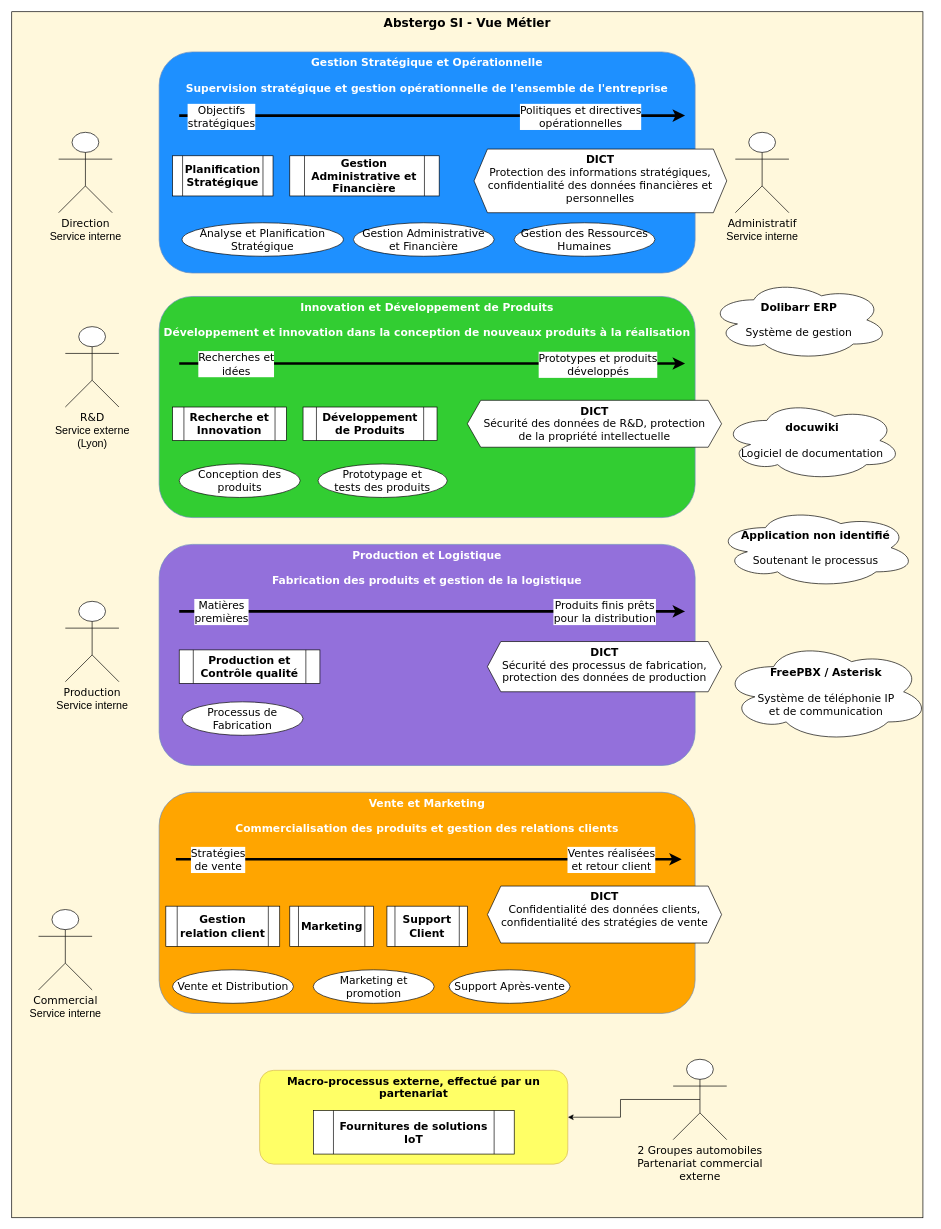
Above: Vue_Métier_v2.drawio in CharifMah/AbstergoAnimus (draw.io), before the change. Source tidied: cells renumbered, new cells numbered last; positions are measured from the earlier drawing's top-left corner, leaving out a move shared by most shapes. Both pictures are drawn from the tidied source at 67%, with x=0, y=0 at pixel (11, 11).
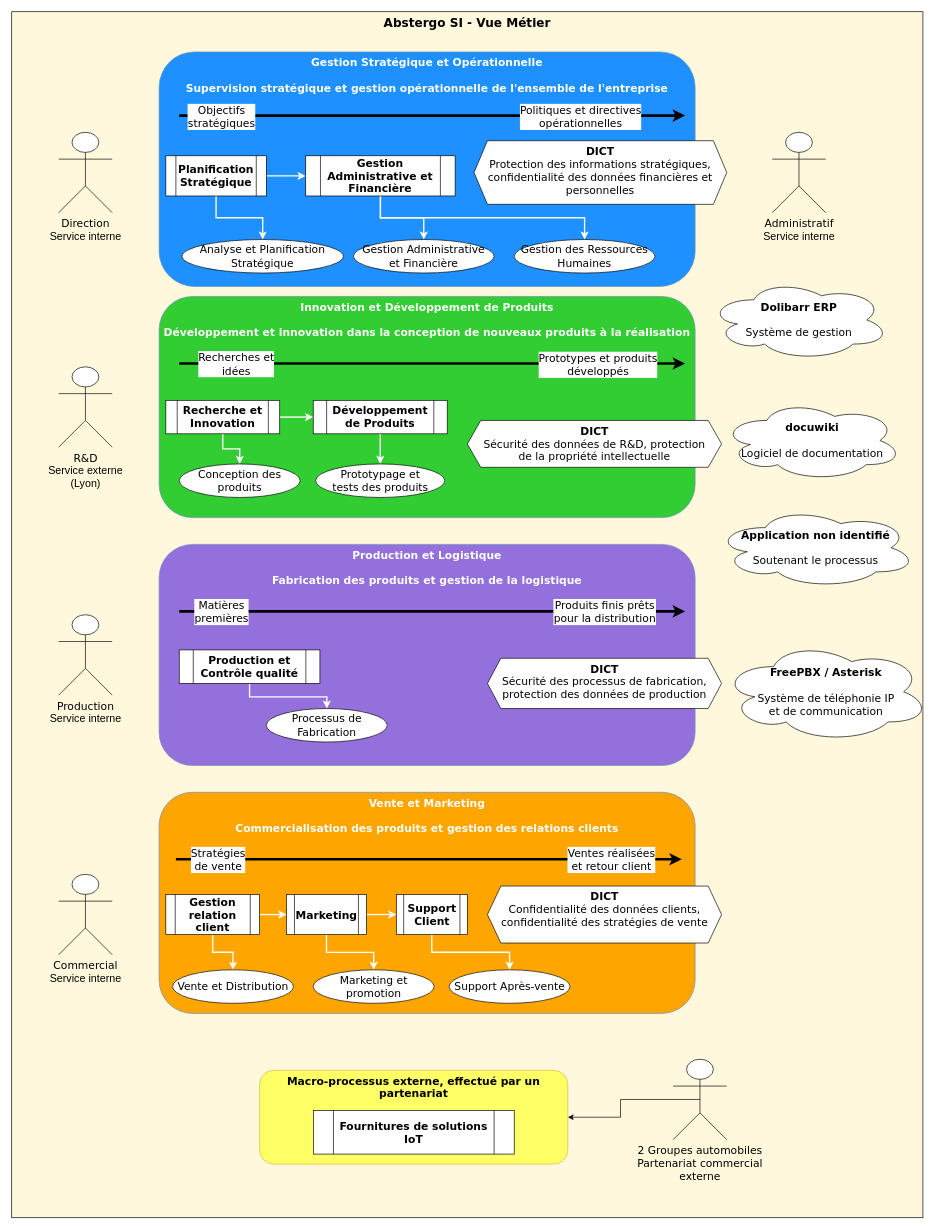
The same page after the edit.

Commit message (it also covers changes not shown here):
Mettre à jour Vue_Métier_v2.drawio

The change refers to these unchanged cells:
```xml
<mxCell id="11" value="&lt;font style=&quot;font-size: 16px;&quot;&gt;&lt;b style=&quot;font-size: 16px;&quot;&gt;Production et Contrôle qualité&lt;/b&gt;&lt;/font&gt;" style="shape=process;whiteSpace=wrap;html=1;fontFamily=Verdana;fontSize=16;" parent="1" vertex="1">
  <mxGeometry x="250" y="952.5" width="210" height="50" as="geometry" />
</mxCell>
<mxCell id="17" value="&lt;font style=&quot;font-size: 16px;&quot;&gt;&lt;span style=&quot;font-size: 16px;&quot;&gt;Conception des produits&lt;/span&gt;&lt;/font&gt;" style="ellipse;whiteSpace=wrap;html=1;fontFamily=Verdana;fontSize=16;" parent="1" vertex="1">
  <mxGeometry x="250" y="675" width="180.5" height="50" as="geometry" />
</mxCell>
<mxCell id="43" value="Vente et Distribution" style="ellipse;whiteSpace=wrap;html=1;fontFamily=Verdana;fontSize=16;" parent="1" vertex="1">
  <mxGeometry x="240" y="1430" width="180.5" height="50" as="geometry" />
</mxCell>
<mxCell id="44" value="Marketing et promotion" style="ellipse;whiteSpace=wrap;html=1;fontFamily=Verdana;fontSize=16;" parent="1" vertex="1">
  <mxGeometry x="450" y="1430" width="180.5" height="50" as="geometry" />
</mxCell>
<mxCell id="45" value="Support Après-vente" style="ellipse;whiteSpace=wrap;html=1;fontFamily=Verdana;fontSize=16;" parent="1" vertex="1">
  <mxGeometry x="652.8" y="1430" width="180.5" height="50" as="geometry" />
</mxCell>
```

The edit, as a diff of the source:
```diff
@@
     <mxCell id="3" value="&lt;font style=&quot;font-size: 16px;&quot;&gt;Gestion Stratégique et Opérationnelle&lt;br style=&quot;font-size: 16px;&quot;&gt;&lt;br style=&quot;font-size: 16px;&quot;&gt;&lt;/font&gt;&lt;font style=&quot;font-size: 16px;&quot;&gt;Supervision stratégique et gestion opérationnelle de l'ensemble de l'entreprise&lt;font style=&quot;font-size: 16px;&quot;&gt;&lt;font style=&quot;font-size: 16px;&quot;&gt;&lt;br style=&quot;font-size: 16px;&quot;&gt;&lt;/font&gt;&lt;/font&gt;&lt;/font&gt;" style="rounded=1;whiteSpace=wrap;html=1;fillColor=#1E90FF;strokeColor=#6c8ebf;fontStyle=1;fontColor=#FFFFFF;verticalAlign=top;fontFamily=Verdana;fontSize=16;" parent="1" vertex="1">
-      <mxGeometry x="220" y="60" width="800" height="330" as="geometry" />
+      <mxGeometry x="220" y="60" width="800" height="350" as="geometry" />
     </mxCell>
@@
+    <mxCell id="53" style="edgeStyle=orthogonalEdgeStyle;rounded=0;jettySize=auto;html=1;exitX=1;exitY=0.5;exitDx=0;exitDy=0;entryX=0;entryY=0.5;entryDx=0;entryDy=0;strokeWidth=2;strokeColor=#FFFFFF;" parent="1" edge="1" source="7" target="8">
+      <mxGeometry relative="1" as="geometry" />
+    </mxCell>
+    <mxCell id="54" style="edgeStyle=orthogonalEdgeStyle;rounded=0;jettySize=auto;html=1;exitX=0.5;exitY=1;exitDx=0;exitDy=0;entryX=0.5;entryY=0;entryDx=0;entryDy=0;strokeWidth=2;strokeColor=#FFFFFF;" parent="1" edge="1" source="7" target="14">
+      <mxGeometry relative="1" as="geometry" />
+    </mxCell>
     <mxCell id="7" value="Planification Stratégique" style="shape=process;whiteSpace=wrap;html=1;fontStyle=1;fontSize=16;fontFamily=Verdana;" parent="1" vertex="1">
-      <mxGeometry x="240" y="215" width="150" height="60" as="geometry" />
+      <mxGeometry x="230" y="215" width="150" height="60" as="geometry" />
     </mxCell>
+    <mxCell id="55" style="edgeStyle=orthogonalEdgeStyle;rounded=0;jettySize=auto;html=1;exitX=0.5;exitY=1;exitDx=0;exitDy=0;entryX=0.5;entryY=0;entryDx=0;entryDy=0;strokeWidth=2;strokeColor=#FFFFFF;" parent="1" edge="1" source="8" target="15">
+      <mxGeometry relative="1" as="geometry" />
+    </mxCell>
+    <mxCell id="56" style="edgeStyle=orthogonalEdgeStyle;rounded=0;jettySize=auto;html=1;exitX=0.5;exitY=1;exitDx=0;exitDy=0;entryX=0.5;entryY=0;entryDx=0;entryDy=0;strokeWidth=2;strokeColor=#FFFFFF;" parent="1" edge="1" source="8" target="16">
+      <mxGeometry relative="1" as="geometry" />
+    </mxCell>
     <mxCell id="8" value="Gestion Administrative et Financière" style="shape=process;whiteSpace=wrap;html=1;fontSize=16;fontStyle=1;fontFamily=Verdana;" parent="1" vertex="1">
-      <mxGeometry x="415" y="215" width="223" height="60" as="geometry" />
+      <mxGeometry x="438.8" y="215" width="223" height="60" as="geometry" />
     </mxCell>
+    <mxCell id="57" style="edgeStyle=orthogonalEdgeStyle;rounded=0;jettySize=auto;html=1;exitX=1;exitY=0.5;exitDx=0;exitDy=0;entryX=0;entryY=0.5;entryDx=0;entryDy=0;strokeWidth=2;strokeColor=#FFFFFF;" parent="1" edge="1" source="9" target="10">
+      <mxGeometry relative="1" as="geometry" />
+    </mxCell>
+    <mxCell id="58" style="edgeStyle=orthogonalEdgeStyle;rounded=0;jettySize=auto;html=1;entryX=0.5;entryY=0;entryDx=0;entryDy=0;strokeWidth=2;strokeColor=#FFFFFF;" parent="1" edge="1" source="9" target="17">
+      <mxGeometry relative="1" as="geometry" />
+    </mxCell>
     <mxCell id="9" value="Recherche et Innovation" style="shape=process;whiteSpace=wrap;html=1;fontSize=16;fontStyle=1;fontFamily=Verdana;" parent="1" vertex="1">
-      <mxGeometry x="240" y="590" width="170" height="50" as="geometry" />
+      <mxGeometry x="230" y="580" width="170" height="50" as="geometry" />
     </mxCell>
+    <mxCell id="59" style="edgeStyle=orthogonalEdgeStyle;rounded=0;jettySize=auto;html=1;exitX=0.5;exitY=1;exitDx=0;exitDy=0;entryX=0.5;entryY=0;entryDx=0;entryDy=0;strokeWidth=2;strokeColor=#FFFFFF;" parent="1" edge="1" source="10" target="18">
+      <mxGeometry relative="1" as="geometry" />
+    </mxCell>
     <mxCell id="10" value="Développement de Produits" style="shape=process;whiteSpace=wrap;html=1;fontSize=16;fontStyle=1;fontFamily=Verdana;" parent="1" vertex="1">
-      <mxGeometry x="434.8" y="590" width="200" height="50" as="geometry" />
+      <mxGeometry x="450" y="580" width="200" height="50" as="geometry" />
     </mxCell>
+    <mxCell id="60" style="edgeStyle=orthogonalEdgeStyle;rounded=0;jettySize=auto;html=1;exitX=0.5;exitY=1;exitDx=0;exitDy=0;entryX=0.5;entryY=0;entryDx=0;entryDy=0;strokeWidth=2;strokeColor=#FFFFFF;" parent="1" edge="1" source="11" target="19">
+      <mxGeometry relative="1" as="geometry" />
+    </mxCell>
@@
+    <mxCell id="61" style="edgeStyle=orthogonalEdgeStyle;rounded=0;jettySize=auto;html=1;entryX=0.5;entryY=0;entryDx=0;entryDy=0;strokeWidth=2;strokeColor=#FFFFFF;" parent="1" edge="1" source="12" target="45">
+      <mxGeometry relative="1" as="geometry" />
+    </mxCell>
     <mxCell id="12" value="&lt;b&gt;Support Client&lt;/b&gt;" style="shape=process;whiteSpace=wrap;html=1;fontFamily=Verdana;fontSize=16;" parent="1" vertex="1">
-      <mxGeometry x="560" y="1335" width="120" height="60" as="geometry" />
+      <mxGeometry x="574" y="1317.5" width="106" height="60" as="geometry" />
     </mxCell>
+    <mxCell id="62" style="edgeStyle=orthogonalEdgeStyle;rounded=0;jettySize=auto;html=1;exitX=1;exitY=0.5;exitDx=0;exitDy=0;entryX=0;entryY=0.5;entryDx=0;entryDy=0;strokeWidth=2;strokeColor=#FFFFFF;" parent="1" edge="1" source="13" target="12">
+      <mxGeometry relative="1" as="geometry" />
+    </mxCell>
+    <mxCell id="63" style="edgeStyle=orthogonalEdgeStyle;rounded=0;jettySize=auto;html=1;entryX=0.5;entryY=0;entryDx=0;entryDy=0;strokeColor=#FFFFFF;strokeWidth=2;" parent="1" edge="1" source="13" target="44">
+      <mxGeometry relative="1" as="geometry">
+        <Array as="points">
+          <mxPoint x="470" y="1404" />
+          <mxPoint x="540" y="1404" />
+        </Array>
+      </mxGeometry>
+    </mxCell>
     <mxCell id="13" value="&lt;b&gt;Marketing&lt;/b&gt;" style="shape=process;whiteSpace=wrap;html=1;fontFamily=Verdana;fontSize=16;" parent="1" vertex="1">
-      <mxGeometry x="415" y="1335" width="125" height="60" as="geometry" />
+      <mxGeometry x="410" y="1317.5" width="119.5" height="60" as="geometry" />
     </mxCell>
     <mxCell id="14" value="Analyse et Planification &#10;Stratégique" style="ellipse;fontSize=16;fontFamily=Verdana;whiteSpace=wrap;" parent="1" vertex="1">
-      <mxGeometry x="254.2" y="315" width="240.8" height="50" as="geometry" />
+      <mxGeometry x="254.2" y="340" width="240.8" height="50" as="geometry" />
     </mxCell>
     <mxCell id="15" value="Gestion Administrative &#10;et Financière" style="ellipse;fontSize=16;whiteSpace=wrap;fontFamily=Verdana;" parent="1" vertex="1">
-      <mxGeometry x="510" y="315" width="210" height="50" as="geometry" />
+      <mxGeometry x="510" y="340" width="210" height="50" as="geometry" />
     </mxCell>
     <mxCell id="16" value="Gestion des Ressources Humaines" style="ellipse;fontSize=16;whiteSpace=wrap;fontFamily=Verdana;" parent="1" vertex="1">
-      <mxGeometry x="750" y="315" width="210" height="50" as="geometry" />
+      <mxGeometry x="750" y="340" width="210" height="50" as="geometry" />
     </mxCell>
@@
     <mxCell id="18" value="&lt;font style=&quot;font-size: 16px;&quot;&gt;&lt;span style=&quot;font-size: 16px;&quot;&gt;Prototypage et &lt;br&gt;tests des produits&lt;/span&gt;&lt;/font&gt;" style="ellipse;whiteSpace=wrap;html=1;fontFamily=Verdana;fontSize=16;" parent="1" vertex="1">
-      <mxGeometry x="457.2" y="675" width="192.8" height="50" as="geometry" />
+      <mxGeometry x="453.6" y="675" width="192.8" height="50" as="geometry" />
     </mxCell>
     <mxCell id="19" value="&lt;font style=&quot;font-size: 16px;&quot;&gt;&lt;span style=&quot;font-size: 16px;&quot;&gt;Processus de Fabrication&lt;/span&gt;&lt;/font&gt;" style="ellipse;whiteSpace=wrap;html=1;fontFamily=Verdana;fontSize=16;" parent="1" vertex="1">
-      <mxGeometry x="254.2" y="1030" width="180.5" height="50" as="geometry" />
+      <mxGeometry x="380" y="1040" width="180.5" height="50" as="geometry" />
     </mxCell>
@@
     <mxCell id="23" value="&lt;font style=&quot;font-size: 16px;&quot;&gt;&lt;b style=&quot;font-size: 16px;&quot;&gt;DICT&lt;br style=&quot;font-size: 16px;&quot;&gt;&lt;/b&gt;Protection des informations stratégiques, confidentialité des données financières et personnelles&lt;br&gt;&lt;/font&gt;" style="shape=hexagon;perimeter=hexagonPerimeter2;whiteSpace=wrap;html=1;fixedSize=1;verticalAlign=top;fontFamily=Verdana;fontSize=16;" parent="1" vertex="1">
-      <mxGeometry x="690" y="205" width="377.2" height="95" as="geometry" />
+      <mxGeometry x="690" y="192.5" width="377.2" height="95" as="geometry" />
     </mxCell>
     <mxCell id="24" value="&lt;font style=&quot;font-size: 16px;&quot;&gt;&lt;b style=&quot;font-size: 16px;&quot;&gt;DICT&lt;br style=&quot;font-size: 16px;&quot;&gt;&lt;/b&gt;Sécurité des données de R&amp;amp;D, protection &lt;br style=&quot;font-size: 16px;&quot;&gt;de la propriété intellectuelle&lt;br style=&quot;font-size: 16px;&quot;&gt;&lt;/font&gt;" style="shape=hexagon;perimeter=hexagonPerimeter2;whiteSpace=wrap;html=1;fixedSize=1;verticalAlign=top;fontFamily=Verdana;fontSize=16;" parent="1" vertex="1">
-      <mxGeometry x="680" y="580" width="379.5" height="70" as="geometry" />
+      <mxGeometry x="680" y="610" width="379.5" height="70" as="geometry" />
     </mxCell>
@@
     <mxCell id="28" value="&lt;font style=&quot;font-size: 16px;&quot;&gt;&lt;b style=&quot;font-size: 16px;&quot;&gt;DICT&lt;br style=&quot;font-size: 16px;&quot;&gt;&lt;/b&gt;Sécurité des processus de fabrication, &lt;br&gt;protection des données de production&lt;br style=&quot;font-size: 16px;&quot;&gt;&lt;/font&gt;" style="shape=hexagon;perimeter=hexagonPerimeter2;whiteSpace=wrap;html=1;fixedSize=1;verticalAlign=top;fontFamily=Verdana;fontSize=16;" parent="1" vertex="1">
-      <mxGeometry x="710" y="940" width="349.5" height="75" as="geometry" />
+      <mxGeometry x="710" y="965" width="349.5" height="75" as="geometry" />
     </mxCell>
@@
     <mxCell id="37" value="&lt;font style=&quot;font-size: 16px;&quot; face=&quot;Verdana&quot;&gt;Administratif&lt;/font&gt;&lt;br&gt;&lt;font style=&quot;font-size: 16px;&quot;&gt;Service interne&lt;/font&gt;" style="shape=umlActor;verticalLabelPosition=bottom;verticalAlign=top;html=1;" parent="1" vertex="1">
-      <mxGeometry x="1080" y="180" width="80" height="120" as="geometry" />
+      <mxGeometry x="1135" y="180" width="80" height="120" as="geometry" />
     </mxCell>
@@
     <mxCell id="40" value="&lt;font style=&quot;font-size: 16px;&quot; face=&quot;Verdana&quot;&gt;R&amp;amp;D&lt;/font&gt;&lt;br&gt;&lt;font style=&quot;font-size: 16px;&quot;&gt;Service externe&lt;br&gt;(Lyon)&lt;br&gt;&lt;/font&gt;" style="shape=umlActor;verticalLabelPosition=bottom;verticalAlign=top;html=1;" parent="1" vertex="1">
-      <mxGeometry x="80" y="470" width="80" height="120" as="geometry" />
+      <mxGeometry x="70" y="530" width="80" height="120" as="geometry" />
     </mxCell>
     <mxCell id="41" value="&lt;font style=&quot;font-size: 16px;&quot; face=&quot;Verdana&quot;&gt;Production&lt;/font&gt;&lt;font style=&quot;font-size: 16px;&quot;&gt;&lt;br&gt;Service interne&lt;/font&gt;" style="shape=umlActor;verticalLabelPosition=bottom;verticalAlign=top;html=1;" parent="1" vertex="1">
-      <mxGeometry x="80" y="880" width="80" height="120" as="geometry" />
+      <mxGeometry x="70" y="900" width="80" height="120" as="geometry" />
     </mxCell>
+    <mxCell id="64" style="edgeStyle=orthogonalEdgeStyle;rounded=0;jettySize=auto;html=1;entryX=0;entryY=0.5;entryDx=0;entryDy=0;strokeWidth=2;strokeColor=#FFFFFF;" parent="1" edge="1" source="42" target="13">
+      <mxGeometry relative="1" as="geometry" />
+    </mxCell>
+    <mxCell id="65" style="edgeStyle=orthogonalEdgeStyle;rounded=0;jettySize=auto;html=1;entryX=0.5;entryY=0;entryDx=0;entryDy=0;strokeWidth=2;strokeColor=#FFFFFF;" parent="1" edge="1" source="42" target="43">
+      <mxGeometry relative="1" as="geometry" />
+    </mxCell>
     <mxCell id="42" value="&lt;b&gt;Gestion relation client&lt;/b&gt;" style="shape=process;whiteSpace=wrap;html=1;fontFamily=Verdana;fontSize=16;" parent="1" vertex="1">
-      <mxGeometry x="230" y="1335" width="170" height="60" as="geometry" />
+      <mxGeometry x="230" y="1317.5" width="140" height="60" as="geometry" />
     </mxCell>
@@
     <mxCell id="48" value="&lt;font style=&quot;font-size: 16px;&quot; face=&quot;Verdana&quot;&gt;Commercial&lt;/font&gt;&lt;br&gt;&lt;font style=&quot;font-size: 16px;&quot;&gt;Service interne&lt;/font&gt;" style="shape=umlActor;verticalLabelPosition=bottom;verticalAlign=top;html=1;" parent="1" vertex="1">
-      <mxGeometry x="40" y="1340" width="80" height="120" as="geometry" />
+      <mxGeometry x="70" y="1287.5" width="80" height="120" as="geometry" />
     </mxCell>
```
